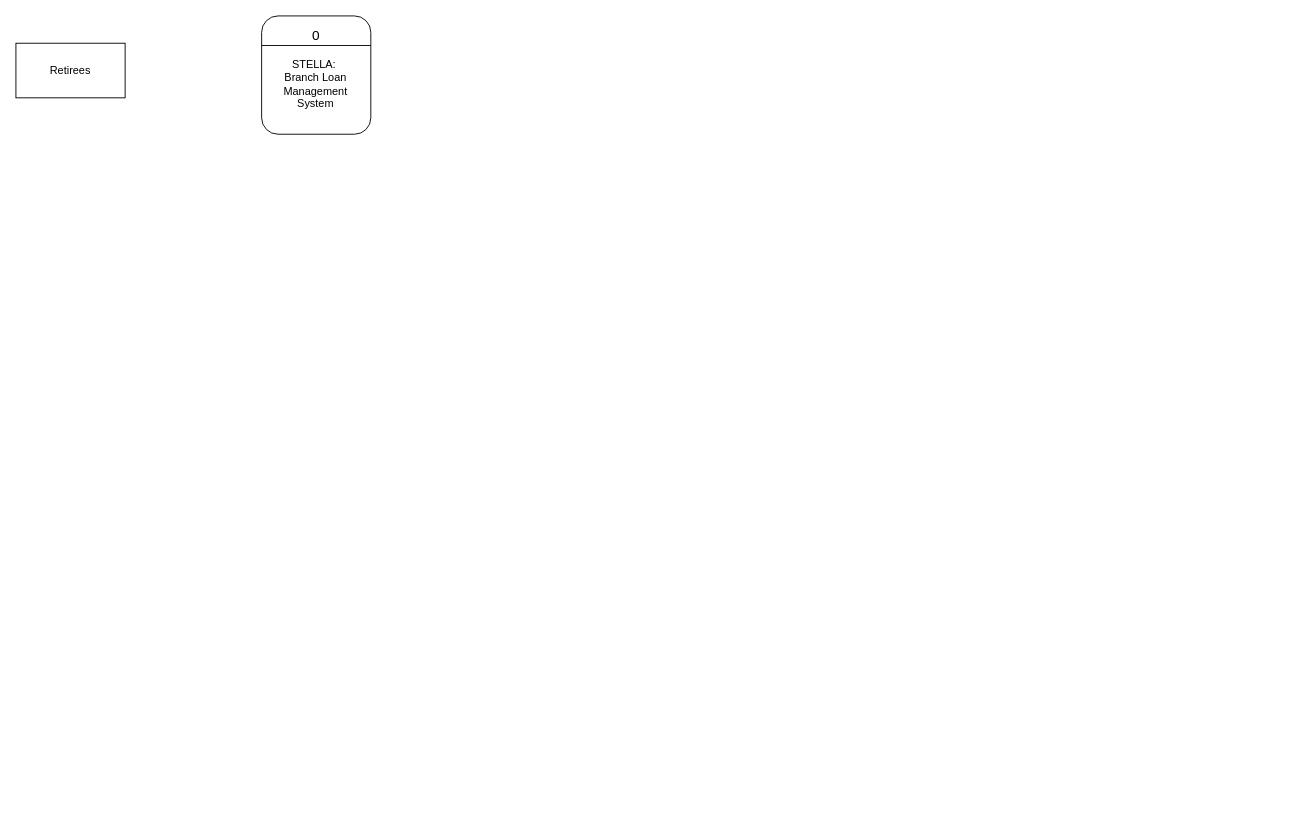
This is page "DFD - Level 1" (6 of 7) of FSFI.drawio from SammDumpingStation/Activities-With-Draw.io, a draw.io file, before an edit. Source tidied: cells renumbered, new cells numbered last; positions are measured from the earlier drawing's top-left corner, leaving out a move shared by most shapes. Both pictures are drawn from the tidied source at 91%, with x=0, y=0 at pixel (15, 15).
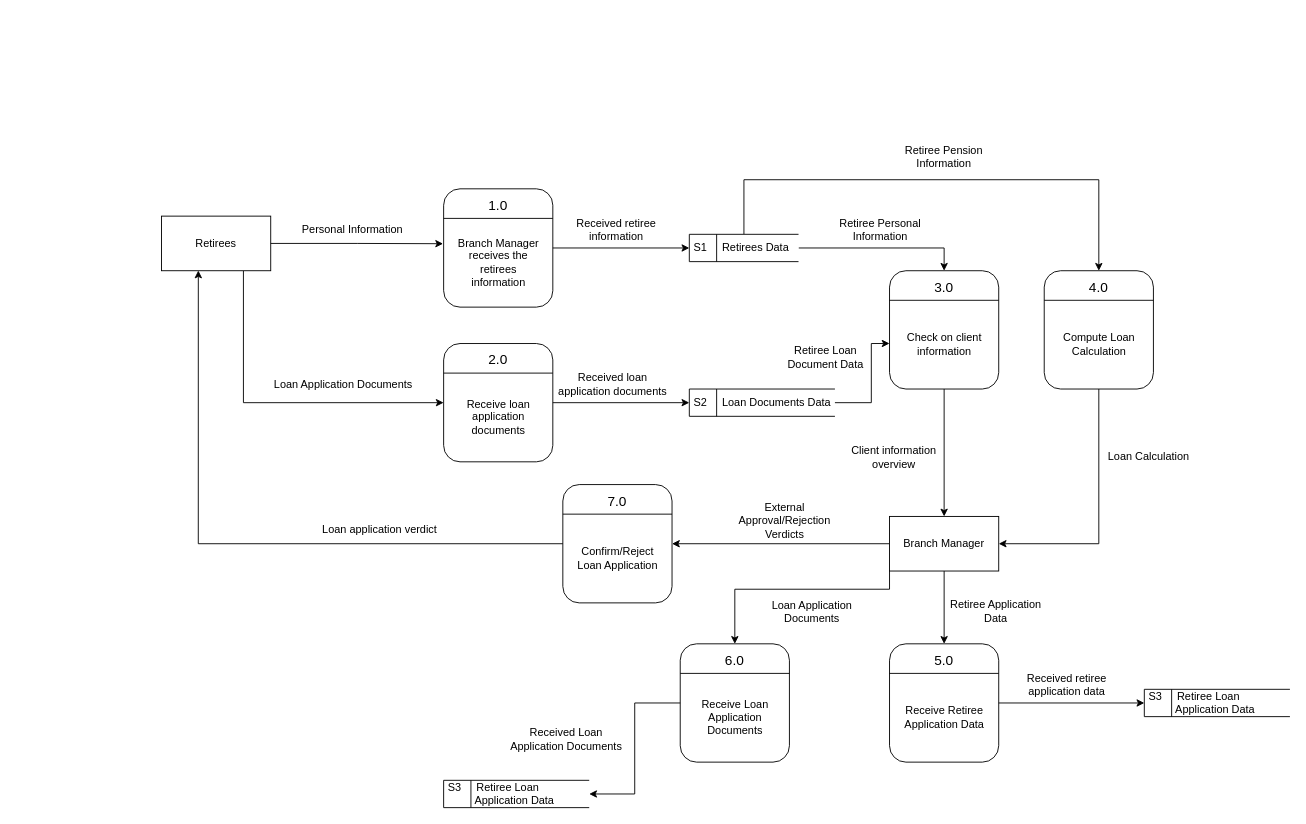
The same diagram, later.

Unchanged cells that the change refers to:
```xml
<mxCell id="4" style="rounded=1;whiteSpace=wrap;html=1;" parent="3" vertex="1">
  <mxGeometry width="120" height="130" as="geometry" />
</mxCell>
```

What changed in the source:
```diff
@@
+    <mxCell id="8" style="edgeStyle=orthogonalEdgeStyle;rounded=0;jettySize=auto;html=1;entryX=0;entryY=0.5;entryDx=0;entryDy=0;" parent="1" edge="1" source="2" target="17">
+      <mxGeometry relative="1" as="geometry">
+        <Array as="points">
+          <mxPoint x="250" y="425" />
+        </Array>
+      </mxGeometry>
+    </mxCell>
     <mxCell id="2" value="Retirees" style="rounded=0;whiteSpace=wrap;html=1;" parent="1" vertex="1">
-      <mxGeometry y="30" width="120" height="60" as="geometry" />
+      <mxGeometry x="160" y="220" width="120" height="60" as="geometry" />
     </mxCell>
     <mxCell id="3" style="group;" parent="1" vertex="1">
-      <mxGeometry x="270" width="120" height="130" as="geometry" />
+      <mxGeometry x="470" y="190" width="120" height="130" as="geometry" />
     </mxCell>
@@
-    <mxCell id="6" value="0" style="text;html=1;align=center;verticalAlign=middle;whiteSpace=wrap;rounded=0;fontSize=15;" parent="3" vertex="1">
-      <mxGeometry x="30" y="10" width="60" height="21" as="geometry" />
+    <mxCell id="6" value="1.0" style="text;html=1;align=center;verticalAlign=middle;whiteSpace=wrap;rounded=0;fontSize=15;" parent="3" vertex="1">
+      <mxGeometry x="30" y="7" width="60" height="21" as="geometry" />
     </mxCell>
-    <mxCell id="7" value="&lt;div&gt;&lt;font&gt;STELLA&lt;/font&gt;:&amp;nbsp;&lt;/div&gt;&lt;div&gt;Branch Loan Management System&lt;/div&gt;" style="text;html=1;align=center;verticalAlign=middle;whiteSpace=wrap;rounded=0;" parent="3" vertex="1">
-      <mxGeometry x="12" y="60" width="94.5" height="30" as="geometry" />
+    <mxCell id="7" value="Branch Manager receives the retirees information" style="text;html=1;align=center;verticalAlign=middle;whiteSpace=wrap;rounded=0;" parent="3" vertex="1">
+      <mxGeometry x="12.8" y="46" width="94.5" height="70" as="geometry" />
     </mxCell>
+    <mxCell id="9" style="edgeStyle=orthogonalEdgeStyle;rounded=0;jettySize=auto;html=1;entryX=-0.005;entryY=0.464;entryDx=0;entryDy=0;entryPerimeter=0;" parent="1" edge="1" source="2" target="4">
+      <mxGeometry relative="1" as="geometry" />
+    </mxCell>
+    <mxCell id="10" value="Personal Information" style="text;html=1;align=center;verticalAlign=middle;whiteSpace=wrap;rounded=0;" parent="1" vertex="1">
+      <mxGeometry x="310" y="220" width="120" height="30" as="geometry" />
+    </mxCell>
+    <mxCell id="11" style="edgeStyle=orthogonalEdgeStyle;rounded=0;jettySize=auto;html=1;entryX=0.5;entryY=0;entryDx=0;entryDy=0;" parent="1" edge="1" source="13" target="30">
+      <mxGeometry relative="1" as="geometry">
+        <Array as="points">
+          <mxPoint x="1020" y="255" />
+        </Array>
+      </mxGeometry>
+    </mxCell>
+    <mxCell id="12" style="edgeStyle=orthogonalEdgeStyle;rounded=0;jettySize=auto;html=1;entryX=0.5;entryY=0;entryDx=0;entryDy=0;" parent="1" edge="1" source="13" target="40">
+      <mxGeometry relative="1" as="geometry">
+        <Array as="points">
+          <mxPoint x="800" y="180" />
+          <mxPoint x="1190" y="180" />
+        </Array>
+      </mxGeometry>
+    </mxCell>
+    <mxCell id="13" value="S1&amp;nbsp;&amp;nbsp;&amp;nbsp;&amp;nbsp; Retirees Data" style="html=1;dashed=0;whiteSpace=wrap;shape=mxgraph.dfd.dataStoreID;align=left;spacingLeft=3;points=[[0,0],[0.5,0],[1,0],[0,0.5],[1,0.5],[0,1],[0.5,1],[1,1]];" parent="1" vertex="1">
+      <mxGeometry x="740" y="240" width="120" height="30" as="geometry" />
+    </mxCell>
+    <mxCell id="14" style="edgeStyle=orthogonalEdgeStyle;rounded=0;jettySize=auto;html=1;entryX=0;entryY=0.5;entryDx=0;entryDy=0;" parent="1" edge="1" source="4" target="13">
+      <mxGeometry relative="1" as="geometry" />
+    </mxCell>
+    <mxCell id="15" value="Received retiree information" style="text;html=1;align=center;verticalAlign=middle;whiteSpace=wrap;rounded=0;" parent="1" vertex="1">
+      <mxGeometry x="600" y="220" width="120" height="30" as="geometry" />
+    </mxCell>
+    <mxCell id="16" style="group;" parent="1" vertex="1">
+      <mxGeometry x="470" y="360" width="120" height="130" as="geometry" />
+    </mxCell>
+    <mxCell id="17" style="rounded=1;whiteSpace=wrap;html=1;" parent="16" vertex="1">
+      <mxGeometry width="120" height="130" as="geometry" />
+    </mxCell>
+    <mxCell id="18" style="endArrow=none;html=1;rounded=0;exitX=0;exitY=0.25;exitDx=0;exitDy=0;entryX=1;entryY=0.25;entryDx=0;entryDy=0;" parent="16" edge="1" source="17" target="17">
+      <mxGeometry relative="1" as="geometry" />
+    </mxCell>
+    <mxCell id="19" value="2.0" style="text;html=1;align=center;verticalAlign=middle;whiteSpace=wrap;rounded=0;fontSize=15;" parent="16" vertex="1">
+      <mxGeometry x="30" y="6" width="60" height="21" as="geometry" />
+    </mxCell>
+    <mxCell id="20" value="Receive loan application documents" style="text;html=1;align=center;verticalAlign=middle;whiteSpace=wrap;rounded=0;" parent="16" vertex="1">
+      <mxGeometry x="12.8" y="46" width="94.5" height="70" as="geometry" />
+    </mxCell>
+    <mxCell id="21" value="Loan Application Documents" style="text;html=1;align=center;verticalAlign=middle;whiteSpace=wrap;rounded=0;" parent="1" vertex="1">
+      <mxGeometry x="280" y="390" width="160" height="30" as="geometry" />
+    </mxCell>
+    <mxCell id="22" value="S2 &amp;nbsp;&amp;nbsp;&amp;nbsp; Loan Documents Data" style="html=1;dashed=0;whiteSpace=wrap;shape=mxgraph.dfd.dataStoreID;align=left;spacingLeft=3;points=[[0,0],[0.5,0],[1,0],[0,0.5],[1,0.5],[0,1],[0.5,1],[1,1]];" parent="1" vertex="1">
+      <mxGeometry x="740" y="410" width="160" height="30" as="geometry" />
+    </mxCell>
+    <mxCell id="23" style="edgeStyle=orthogonalEdgeStyle;rounded=0;jettySize=auto;html=1;" parent="1" edge="1" source="17" target="22">
+      <mxGeometry relative="1" as="geometry" />
+    </mxCell>
+    <mxCell id="24" value="Received loan application documents" style="text;html=1;align=center;verticalAlign=middle;whiteSpace=wrap;rounded=0;" parent="1" vertex="1">
+      <mxGeometry x="591" y="390" width="130" height="30" as="geometry" />
+    </mxCell>
+    <mxCell id="25" style="edgeStyle=orthogonalEdgeStyle;rounded=0;jettySize=auto;html=1;entryX=1;entryY=0.5;entryDx=0;entryDy=0;" parent="1" edge="1" source="28" target="48">
+      <mxGeometry relative="1" as="geometry" />
+    </mxCell>
+    <mxCell id="26" style="edgeStyle=orthogonalEdgeStyle;rounded=0;jettySize=auto;html=1;entryX=0.5;entryY=0;entryDx=0;entryDy=0;" parent="1" edge="1" source="28" target="56">
+      <mxGeometry relative="1" as="geometry" />
+    </mxCell>
+    <mxCell id="27" style="edgeStyle=orthogonalEdgeStyle;rounded=0;jettySize=auto;html=1;entryX=0.5;entryY=0;entryDx=0;entryDy=0;" parent="1" edge="1" source="28" target="65">
+      <mxGeometry relative="1" as="geometry">
+        <Array as="points">
+          <mxPoint x="960" y="630" />
+          <mxPoint x="790" y="630" />
+        </Array>
+      </mxGeometry>
+    </mxCell>
+    <mxCell id="28" value="Branch Manager" style="rounded=0;whiteSpace=wrap;html=1;" parent="1" vertex="1">
+      <mxGeometry x="960" y="550" width="120" height="60" as="geometry" />
+    </mxCell>
+    <mxCell id="29" style="group;" parent="1" vertex="1">
+      <mxGeometry x="960" y="280" width="120" height="130" as="geometry" />
+    </mxCell>
+    <mxCell id="30" style="rounded=1;whiteSpace=wrap;html=1;" parent="29" vertex="1">
+      <mxGeometry width="120" height="130" as="geometry" />
+    </mxCell>
+    <mxCell id="31" style="endArrow=none;html=1;rounded=0;exitX=0;exitY=0.25;exitDx=0;exitDy=0;entryX=1;entryY=0.25;entryDx=0;entryDy=0;" parent="29" edge="1" source="30" target="30">
+      <mxGeometry relative="1" as="geometry" />
+    </mxCell>
+    <mxCell id="32" value="3.0" style="text;html=1;align=center;verticalAlign=middle;whiteSpace=wrap;rounded=0;fontSize=15;" parent="29" vertex="1">
+      <mxGeometry x="30" y="7" width="60" height="21" as="geometry" />
+    </mxCell>
+    <mxCell id="33" value="Check on client information " style="text;html=1;align=center;verticalAlign=middle;whiteSpace=wrap;rounded=0;" parent="29" vertex="1">
+      <mxGeometry x="12.8" y="46" width="94.5" height="70" as="geometry" />
+    </mxCell>
+    <mxCell id="34" style="edgeStyle=orthogonalEdgeStyle;rounded=0;jettySize=auto;html=1;entryX=0;entryY=0.615;entryDx=0;entryDy=0;entryPerimeter=0;" parent="1" edge="1" source="22" target="30">
+      <mxGeometry relative="1" as="geometry">
+        <Array as="points">
+          <mxPoint x="940" y="425" />
+          <mxPoint x="940" y="360" />
+        </Array>
+      </mxGeometry>
+    </mxCell>
+    <mxCell id="35" style="edgeStyle=orthogonalEdgeStyle;rounded=0;jettySize=auto;html=1;" parent="1" edge="1" source="30" target="28">
+      <mxGeometry relative="1" as="geometry" />
+    </mxCell>
+    <mxCell id="36" value="Client information overview" style="text;html=1;align=center;verticalAlign=middle;whiteSpace=wrap;rounded=0;" parent="1" vertex="1">
+      <mxGeometry x="910" y="470" width="110" height="30" as="geometry" />
+    </mxCell>
+    <mxCell id="37" value="Retiree Personal Information" style="text;html=1;align=center;verticalAlign=middle;whiteSpace=wrap;rounded=0;" parent="1" vertex="1">
+      <mxGeometry x="900" y="220" width="100" height="30" as="geometry" />
+    </mxCell>
+    <mxCell id="38" value="Retiree Loan Document Data" style="text;html=1;align=center;verticalAlign=middle;whiteSpace=wrap;rounded=0;" parent="1" vertex="1">
+      <mxGeometry x="840" y="360" width="100" height="30" as="geometry" />
+    </mxCell>
+    <mxCell id="39" style="group;" parent="1" vertex="1">
+      <mxGeometry x="1130" y="280" width="120" height="130" as="geometry" />
+    </mxCell>
+    <mxCell id="40" style="rounded=1;whiteSpace=wrap;html=1;" parent="39" vertex="1">
+      <mxGeometry width="120" height="130" as="geometry" />
+    </mxCell>
+    <mxCell id="41" style="endArrow=none;html=1;rounded=0;exitX=0;exitY=0.25;exitDx=0;exitDy=0;entryX=1;entryY=0.25;entryDx=0;entryDy=0;" parent="39" edge="1" source="40" target="40">
+      <mxGeometry relative="1" as="geometry" />
+    </mxCell>
+    <mxCell id="42" value="4.0" style="text;html=1;align=center;verticalAlign=middle;whiteSpace=wrap;rounded=0;fontSize=15;" parent="39" vertex="1">
+      <mxGeometry x="30" y="7" width="60" height="21" as="geometry" />
+    </mxCell>
+    <mxCell id="43" value="Compute Loan Calculation" style="text;html=1;align=center;verticalAlign=middle;whiteSpace=wrap;rounded=0;" parent="39" vertex="1">
+      <mxGeometry x="12.8" y="46" width="94.5" height="70" as="geometry" />
+    </mxCell>
+    <mxCell id="44" value="Retiree Pension Information" style="text;html=1;align=center;verticalAlign=middle;whiteSpace=wrap;rounded=0;" parent="1" vertex="1">
+      <mxGeometry x="970" y="140" width="100" height="30" as="geometry" />
+    </mxCell>
+    <mxCell id="45" style="edgeStyle=orthogonalEdgeStyle;rounded=0;jettySize=auto;html=1;entryX=1;entryY=0.5;entryDx=0;entryDy=0;" parent="1" edge="1" source="40" target="28">
+      <mxGeometry relative="1" as="geometry">
+        <Array as="points">
+          <mxPoint x="1190" y="580" />
+        </Array>
+      </mxGeometry>
+    </mxCell>
+    <mxCell id="46" value="Loan Calculation" style="text;html=1;align=center;verticalAlign=middle;whiteSpace=wrap;rounded=0;" parent="1" vertex="1">
+      <mxGeometry x="1190" y="470" width="110" height="30" as="geometry" />
+    </mxCell>
+    <mxCell id="47" style="group;" parent="1" vertex="1">
+      <mxGeometry x="601" y="515" width="120" height="130" as="geometry" />
+    </mxCell>
+    <mxCell id="48" style="rounded=1;whiteSpace=wrap;html=1;" parent="47" vertex="1">
+      <mxGeometry width="120" height="130" as="geometry" />
+    </mxCell>
+    <mxCell id="49" style="endArrow=none;html=1;rounded=0;exitX=0;exitY=0.25;exitDx=0;exitDy=0;entryX=1;entryY=0.25;entryDx=0;entryDy=0;" parent="47" edge="1" source="48" target="48">
+      <mxGeometry relative="1" as="geometry" />
+    </mxCell>
+    <mxCell id="50" value="7.0" style="text;html=1;align=center;verticalAlign=middle;whiteSpace=wrap;rounded=0;fontSize=15;" parent="47" vertex="1">
+      <mxGeometry x="30" y="7" width="60" height="21" as="geometry" />
+    </mxCell>
+    <mxCell id="51" value="Confirm/Reject Loan Application" style="text;html=1;align=center;verticalAlign=middle;whiteSpace=wrap;rounded=0;" parent="47" vertex="1">
+      <mxGeometry x="12.8" y="46" width="94.5" height="70" as="geometry" />
+    </mxCell>
+    <mxCell id="52" style="edgeStyle=orthogonalEdgeStyle;rounded=0;jettySize=auto;html=1;entryX=0.337;entryY=0.996;entryDx=0;entryDy=0;entryPerimeter=0;" parent="1" edge="1" source="48" target="2">
+      <mxGeometry relative="1" as="geometry" />
+    </mxCell>
+    <mxCell id="53" value="Loan application verdict" style="text;html=1;align=center;verticalAlign=middle;whiteSpace=wrap;rounded=0;" parent="1" vertex="1">
+      <mxGeometry x="320" y="550" width="160" height="30" as="geometry" />
+    </mxCell>
+    <mxCell id="54" value="&lt;div&gt;S3 &amp;nbsp;&amp;nbsp;&amp;nbsp; Retiree Loan&amp;nbsp;&amp;nbsp;&lt;/div&gt;&lt;div&gt;&amp;nbsp;&amp;nbsp;&amp;nbsp;&amp;nbsp;&amp;nbsp;&amp;nbsp;&amp;nbsp;&amp;nbsp; Application Data&lt;/div&gt;" style="html=1;dashed=0;whiteSpace=wrap;shape=mxgraph.dfd.dataStoreID;align=left;spacingLeft=3;points=[[0,0],[0.5,0],[1,0],[0,0.5],[1,0.5],[0,1],[0.5,1],[1,1]];" parent="1" vertex="1">
+      <mxGeometry x="1240" y="740" width="160" height="30" as="geometry" />
+    </mxCell>
+    <mxCell id="55" style="group;" parent="1" vertex="1">
+      <mxGeometry x="960" y="690" width="120" height="130" as="geometry" />
+    </mxCell>
+    <mxCell id="56" style="rounded=1;whiteSpace=wrap;html=1;" parent="55" vertex="1">
+      <mxGeometry width="120" height="130" as="geometry" />
+    </mxCell>
+    <mxCell id="57" style="endArrow=none;html=1;rounded=0;exitX=0;exitY=0.25;exitDx=0;exitDy=0;entryX=1;entryY=0.25;entryDx=0;entryDy=0;" parent="55" edge="1" source="56" target="56">
+      <mxGeometry relative="1" as="geometry" />
+    </mxCell>
+    <mxCell id="58" value="5.0" style="text;html=1;align=center;verticalAlign=middle;whiteSpace=wrap;rounded=0;fontSize=15;" parent="55" vertex="1">
+      <mxGeometry x="30" y="7" width="60" height="21" as="geometry" />
+    </mxCell>
+    <mxCell id="59" value="Receive Retiree Application Data" style="text;html=1;align=center;verticalAlign=middle;whiteSpace=wrap;rounded=0;" parent="55" vertex="1">
+      <mxGeometry x="12.8" y="46" width="94.5" height="70" as="geometry" />
+    </mxCell>
+    <mxCell id="60" value="Retiree Application Data" style="text;html=1;align=center;verticalAlign=middle;whiteSpace=wrap;rounded=0;" parent="1" vertex="1">
+      <mxGeometry x="1022" y="639" width="110" height="30" as="geometry" />
+    </mxCell>
+    <mxCell id="61" style="edgeStyle=orthogonalEdgeStyle;rounded=0;jettySize=auto;html=1;entryX=0;entryY=0.5;entryDx=0;entryDy=0;" parent="1" edge="1" source="56" target="54">
+      <mxGeometry relative="1" as="geometry" />
+    </mxCell>
+    <mxCell id="62" value="Received retiree application data" style="text;html=1;align=center;verticalAlign=middle;whiteSpace=wrap;rounded=0;" parent="1" vertex="1">
+      <mxGeometry x="1100" y="720" width="110" height="30" as="geometry" />
+    </mxCell>
+    <mxCell id="63" value="&lt;p data-pm-slice=&quot;1 1 [&amp;quot;bulletList&amp;quot;,{&amp;quot;tight&amp;quot;:true,&amp;quot;dir&amp;quot;:&amp;quot;ltr&amp;quot;},&amp;quot;listItem&amp;quot;,{},&amp;quot;bulletList&amp;quot;,{&amp;quot;tight&amp;quot;:true,&amp;quot;dir&amp;quot;:&amp;quot;ltr&amp;quot;},&amp;quot;listItem&amp;quot;,{}]&quot; dir=&quot;ltr&quot;&gt;External Approval/Rejection Verdicts&lt;/p&gt;" style="text;html=1;align=center;verticalAlign=middle;whiteSpace=wrap;rounded=0;" parent="1" vertex="1">
+      <mxGeometry x="780" y="540" width="130" height="30" as="geometry" />
+    </mxCell>
+    <mxCell id="64" style="group;" parent="1" vertex="1">
+      <mxGeometry x="730" y="690" width="120" height="130" as="geometry" />
+    </mxCell>
+    <mxCell id="65" style="rounded=1;whiteSpace=wrap;html=1;" parent="64" vertex="1">
+      <mxGeometry width="120" height="130" as="geometry" />
+    </mxCell>
+    <mxCell id="66" style="endArrow=none;html=1;rounded=0;exitX=0;exitY=0.25;exitDx=0;exitDy=0;entryX=1;entryY=0.25;entryDx=0;entryDy=0;" parent="64" edge="1" source="65" target="65">
+      <mxGeometry relative="1" as="geometry" />
+    </mxCell>
+    <mxCell id="67" value="6.0" style="text;html=1;align=center;verticalAlign=middle;whiteSpace=wrap;rounded=0;fontSize=15;" parent="64" vertex="1">
+      <mxGeometry x="30" y="7" width="60" height="21" as="geometry" />
+    </mxCell>
+    <mxCell id="68" value="Receive Loan Application Documents" style="text;html=1;align=center;verticalAlign=middle;whiteSpace=wrap;rounded=0;" parent="64" vertex="1">
+      <mxGeometry x="12.8" y="46" width="94.5" height="70" as="geometry" />
+    </mxCell>
+    <mxCell id="69" value="&lt;div&gt;Loan Application Documents&lt;/div&gt;" style="text;html=1;align=center;verticalAlign=middle;whiteSpace=wrap;rounded=0;" parent="1" vertex="1">
+      <mxGeometry x="810" y="640" width="130" height="30" as="geometry" />
+    </mxCell>
+    <mxCell id="70" value="&lt;div&gt;S3 &amp;nbsp;&amp;nbsp;&amp;nbsp; Retiree Loan&amp;nbsp;&amp;nbsp;&lt;/div&gt;&lt;div&gt;&amp;nbsp;&amp;nbsp;&amp;nbsp;&amp;nbsp;&amp;nbsp;&amp;nbsp;&amp;nbsp;&amp;nbsp; Application Data&lt;/div&gt;" style="html=1;dashed=0;whiteSpace=wrap;shape=mxgraph.dfd.dataStoreID;align=left;spacingLeft=3;points=[[0,0],[0.5,0],[1,0],[0,0.5],[1,0.5],[0,1],[0.5,1],[1,1]];" parent="1" vertex="1">
+      <mxGeometry x="470" y="840" width="160" height="30" as="geometry" />
+    </mxCell>
+    <mxCell id="71" style="edgeStyle=orthogonalEdgeStyle;rounded=0;jettySize=auto;html=1;entryX=1;entryY=0.5;entryDx=0;entryDy=0;" parent="1" edge="1" source="65" target="70">
+      <mxGeometry relative="1" as="geometry" />
+    </mxCell>
+    <mxCell id="72" value="Received Loan Application Documents" style="text;html=1;align=center;verticalAlign=middle;whiteSpace=wrap;rounded=0;" parent="1" vertex="1">
+      <mxGeometry x="540" y="780" width="130" height="30" as="geometry" />
+    </mxCell>
```
